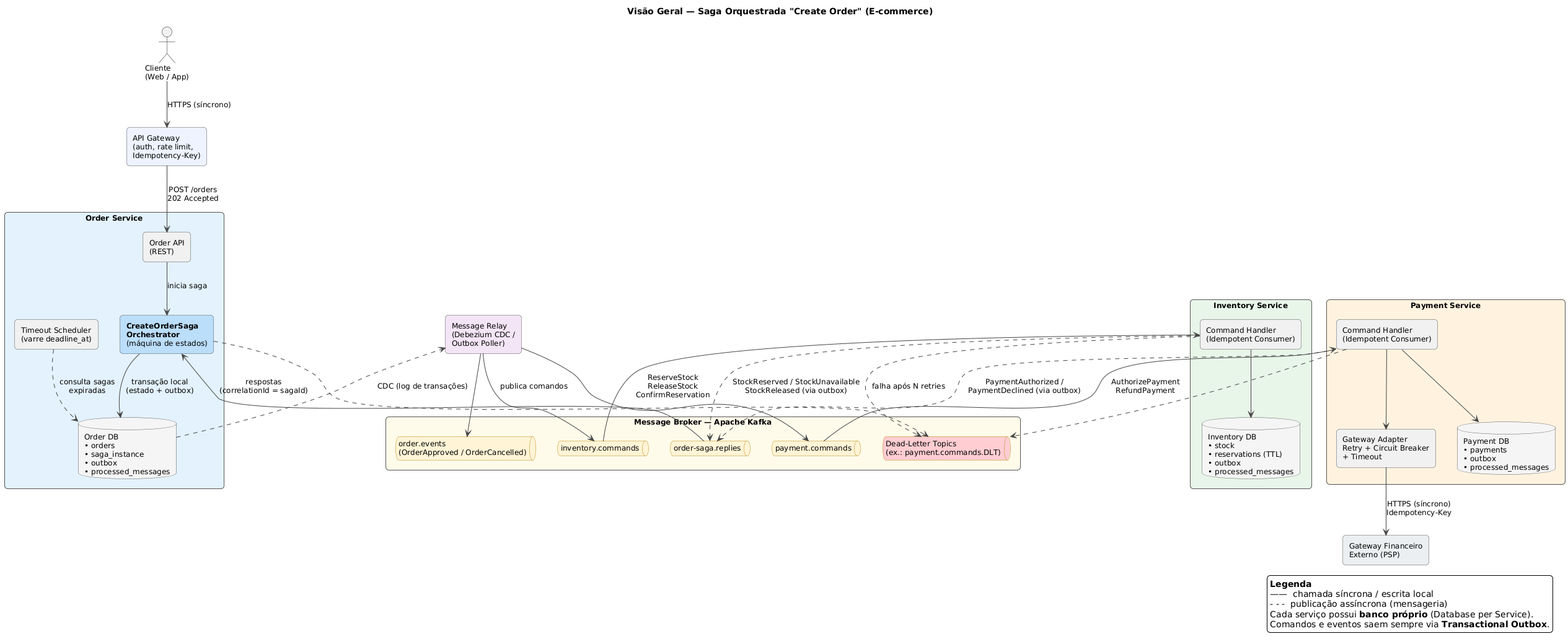
Earlier version of the PlantUML export diagrams/saga-architecture-overview.png (GBertonsin/saga-pattern-ecommerce).
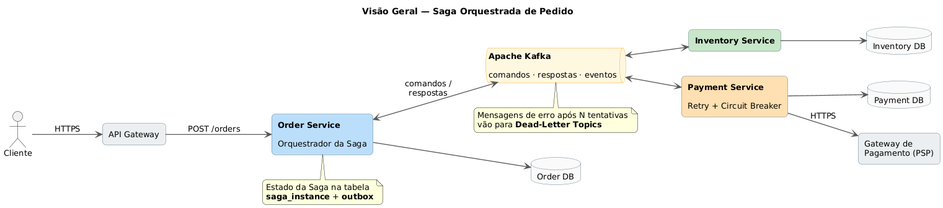
Above is the later version.

Diff of the diagram source:
```diff
@@ -1,89 +1,61 @@
 @startuml saga-architecture-overview
+left to right direction
 skinparam backgroundColor #FFFFFF
 skinparam defaultFontName "DejaVu Sans"
-skinparam defaultFontSize 12
+skinparam defaultFontSize 13
 skinparam shadowing false
-skinparam roundCorner 10
-skinparam componentStyle rectangle
-skinparam ArrowColor #444444
+skinparam roundCorner 12
+skinparam ArrowColor #555555
+skinparam ArrowThickness 1.3
+skinparam nodesep 40
+skinparam ranksep 70
 skinparam rectangle {
-  BorderColor #555555
+  BorderColor #607D8B
 }
 skinparam database {
-  BackgroundColor #F5F5F5
-  BorderColor #555555
+  BackgroundColor #FAFAFA
+  BorderColor #607D8B
 }
 skinparam queue {
-  BackgroundColor #FFF4D6
-  BorderColor #B8860B
+  BackgroundColor #FFF8E1
+  BorderColor #F9A825
 }
 
-title Visão Geral — Saga Orquestrada "Create Order" (E-commerce)
+title Visão Geral — Saga Orquestrada de Pedido
 
-actor "Cliente\n(Web / App)" as client
-rectangle "API Gateway\n(auth, rate limit,\nIdempotency-Key)" as gw #EEF3FF
+actor "Cliente" as client
+rectangle "API Gateway" as gw #ECEFF1
 
-rectangle "Order Service" as order #E3F2FD {
-  rectangle "Order API\n(REST)" as orderApi
-  rectangle "<b>CreateOrderSaga\n<b>Orchestrator</b>\n(máquina de estados)" as orch #BBDEFB
-  rectangle "Timeout Scheduler\n(varre deadline_at)" as sched
-  database "Order DB\n• orders\n• saga_instance\n• outbox\n• processed_messages" as orderDb
-}
+rectangle "**Order Service**\n\nOrquestrador da Saga" as order #BBDEFB
+database "Order DB" as odb
 
-rectangle "Message Relay\n(Debezium CDC /\nOutbox Poller)" as relay #F3E5F5
+queue "**Apache Kafka**\n\ncomandos · respostas · eventos" as kafka
 
-rectangle "Message Broker — Apache Kafka" as kafka #FFFBEA {
-  queue "inventory.commands" as qInvCmd
-  queue "payment.commands" as qPayCmd
-  queue "order-saga.replies" as qReplies
-  queue "order.events\n(OrderApproved / OrderCancelled)" as qEvents
-  queue "Dead-Letter Topics\n(ex.: payment.commands.DLT)" as qDlt #FFCDD2
-}
+rectangle "**Inventory Service**" as inv #C8E6C9
+database "Inventory DB" as idb
 
-rectangle "Inventory Service" as inv #E8F5E9 {
-  rectangle "Command Handler\n(Idempotent Consumer)" as invHandler
-  database "Inventory DB\n• stock\n• reservations (TTL)\n• outbox\n• processed_messages" as invDb
-}
+rectangle "**Payment Service**\n\nRetry + Circuit Breaker" as pay #FFE0B2
+database "Payment DB" as pdb
 
-rectangle "Payment Service" as pay #FFF3E0 {
-  rectangle "Command Handler\n(Idempotent Consumer)" as payHandler
-  rectangle "Gateway Adapter\nRetry + Circuit Breaker\n+ Timeout" as payAdapter
-  database "Payment DB\n• payments\n• outbox\n• processed_messages" as payDb
-}
+rectangle "Gateway de\nPagamento (PSP)" as psp #ECEFF1
 
-rectangle "Gateway Financeiro\nExterno (PSP)" as psp #ECEFF1
+client --> gw : HTTPS
+gw --> order : POST /orders
+order --> odb
+order <--> kafka : comandos /\nrespostas
+kafka <--> inv
+kafka <--> pay
+inv --> idb
+pay --> pdb
+pay --> psp : HTTPS
 
-client --> gw : HTTPS (síncrono)
-gw --> orderApi : POST /orders\n202 Accepted
-orderApi --> orch : inicia saga
-orch --> orderDb : transação local\n(estado + outbox)
-sched ..> orderDb : consulta sagas\nexpiradas
-orderDb ..> relay : CDC (log de transações)
-relay --> qInvCmd : publica comandos
-relay --> qPayCmd
-relay --> qEvents
+note bottom of kafka
+  Mensagens de erro após N tentativas
+  vão para **Dead-Letter Topics**
+end note
 
-qInvCmd --> invHandler : ReserveStock\nReleaseStock\nConfirmReservation
-invHandler --> invDb
-invHandler ..> qReplies : StockReserved / StockUnavailable\nStockReleased (via outbox)
-
-qPayCmd --> payHandler : AuthorizePayment\nRefundPayment
-payHandler --> payDb
-payHandler --> payAdapter
-payAdapter --> psp : HTTPS (síncrono)\nIdempotency-Key
-payHandler ..> qReplies : PaymentAuthorized /\nPaymentDeclined (via outbox)
-
-qReplies --> orch : respostas\n(correlationId = sagaId)
-
-invHandler ..> qDlt : falha após N retries
-payHandler ..> qDlt
-orch ..> qDlt
-
-legend right
-  <b>Legenda</b>
-  ——  chamada síncrona / escrita local
-  - - -  publicação assíncrona (mensageria)
-  Cada serviço possui <b>banco próprio</b> (Database per Service).
-  Comandos e eventos saem sempre via <b>Transactional Outbox</b>.
-endlegend
+note bottom of order
+  Estado da Saga na tabela
+  **saga_instance** + **outbox**
+end note
 @enduml
```
